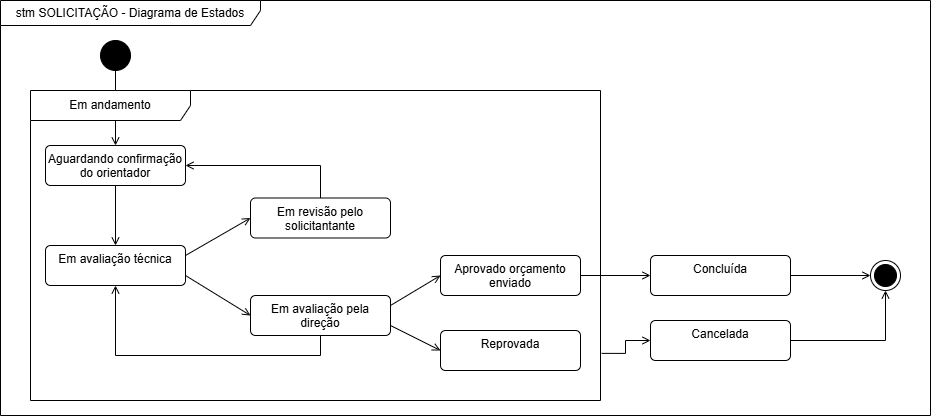
This is docs/diagrama de estados.drawio.png from CEPAG-UFPR/LAMIR-SisLAMIR-doc, a draw.io export, as it was before one commit. Source tidied: cells renumbered, new cells last; positions are measured from the earlier drawing's top-left corner, leaving out a move shared by most shapes. The source it was exported from:
```xml
<mxGraphModel>
  <root>
    <mxCell id="0" />
    <mxCell id="1" parent="0" />
    <mxCell id="2" value="stm SOLICITAÇÃO - Diagrama de Estados" style="shape=umlFrame;whiteSpace=wrap;html=1;width=260;height=25;" parent="1" vertex="1">
      <mxGeometry width="930" height="415" as="geometry" />
    </mxCell>
    <mxCell id="3" style="edgeStyle=orthogonalEdgeStyle;rounded=0;jettySize=auto;html=1;exitX=0.5;exitY=1;exitDx=0;exitDy=0;entryX=0.5;entryY=0;entryDx=0;entryDy=0;endArrow=open;endFill=0;" parent="2" edge="1" source="4" target="6">
      <mxGeometry relative="1" as="geometry" />
    </mxCell>
    <mxCell id="4" style="ellipse;fillColor=strokeColor;html=1;" parent="2" vertex="1">
      <mxGeometry x="100" y="40" width="30" height="30" as="geometry" />
    </mxCell>
    <mxCell id="5" style="edgeStyle=orthogonalEdgeStyle;rounded=0;jettySize=auto;html=1;exitX=0.5;exitY=1;exitDx=0;exitDy=0;entryX=0.5;entryY=0;entryDx=0;entryDy=0;endArrow=open;endFill=0;" parent="2" edge="1" source="6" target="9">
      <mxGeometry relative="1" as="geometry" />
    </mxCell>
    <mxCell id="6" value="Aguardando confirmação do orientador" style="html=1;align=center;verticalAlign=top;rounded=1;absoluteArcSize=1;arcSize=10;dashed=0;whiteSpace=wrap;" parent="2" vertex="1">
      <mxGeometry x="45" y="145" width="140" height="40" as="geometry" />
    </mxCell>
    <mxCell id="7" style="rounded=0;jettySize=auto;html=1;exitX=1;exitY=0.25;exitDx=0;exitDy=0;entryX=0;entryY=0.5;entryDx=0;entryDy=0;endArrow=open;endFill=0;" parent="2" edge="1" source="9" target="15">
      <mxGeometry relative="1" as="geometry" />
    </mxCell>
    <mxCell id="8" style="rounded=0;jettySize=auto;html=1;exitX=1;exitY=0.75;exitDx=0;exitDy=0;entryX=0;entryY=0.5;entryDx=0;entryDy=0;endArrow=open;endFill=0;" parent="2" edge="1" source="9" target="13">
      <mxGeometry relative="1" as="geometry" />
    </mxCell>
    <mxCell id="9" value="Em avaliação técnica" style="html=1;align=center;verticalAlign=top;rounded=1;absoluteArcSize=1;arcSize=10;dashed=0;whiteSpace=wrap;" parent="2" vertex="1">
      <mxGeometry x="45" y="245" width="140" height="40" as="geometry" />
    </mxCell>
    <mxCell id="10" style="rounded=0;jettySize=auto;html=1;exitX=1;exitY=0.25;exitDx=0;exitDy=0;entryX=0;entryY=0.5;entryDx=0;entryDy=0;endArrow=open;endFill=0;" parent="2" edge="1" source="13" target="17">
      <mxGeometry relative="1" as="geometry" />
    </mxCell>
    <mxCell id="11" style="rounded=0;jettySize=auto;html=1;exitX=1;exitY=0.75;exitDx=0;exitDy=0;entryX=0;entryY=0.5;entryDx=0;entryDy=0;endArrow=open;endFill=0;" parent="2" edge="1" source="13" target="18">
      <mxGeometry relative="1" as="geometry" />
    </mxCell>
    <mxCell id="12" style="edgeStyle=orthogonalEdgeStyle;rounded=0;jettySize=auto;html=1;exitX=0.5;exitY=1;exitDx=0;exitDy=0;entryX=0.5;entryY=1;entryDx=0;entryDy=0;endArrow=open;endFill=0;" parent="2" edge="1" source="13" target="9">
      <mxGeometry relative="1" as="geometry" />
    </mxCell>
    <mxCell id="13" value="Em avaliação pela direção" style="html=1;align=center;verticalAlign=top;rounded=1;absoluteArcSize=1;arcSize=10;dashed=0;whiteSpace=wrap;" parent="2" vertex="1">
      <mxGeometry x="250" y="295" width="140" height="40" as="geometry" />
    </mxCell>
    <mxCell id="14" style="edgeStyle=orthogonalEdgeStyle;rounded=0;jettySize=auto;html=1;exitX=0.5;exitY=0;exitDx=0;exitDy=0;entryX=1;entryY=0.5;entryDx=0;entryDy=0;endArrow=open;endFill=0;" parent="2" edge="1" source="15" target="6">
      <mxGeometry relative="1" as="geometry" />
    </mxCell>
    <mxCell id="15" value="Em revisão pelo solicitantante" style="html=1;align=center;verticalAlign=top;rounded=1;absoluteArcSize=1;arcSize=10;dashed=0;whiteSpace=wrap;" parent="2" vertex="1">
      <mxGeometry x="250" y="197.5" width="140" height="40" as="geometry" />
    </mxCell>
    <mxCell id="16" style="edgeStyle=orthogonalEdgeStyle;rounded=0;jettySize=auto;html=1;exitX=1;exitY=0.5;exitDx=0;exitDy=0;entryX=0;entryY=0.5;entryDx=0;entryDy=0;endArrow=open;endFill=0;" parent="2" edge="1" source="17" target="20">
      <mxGeometry relative="1" as="geometry" />
    </mxCell>
    <mxCell id="17" value="Aprovado orçamento enviado" style="html=1;align=center;verticalAlign=top;rounded=1;absoluteArcSize=1;arcSize=10;dashed=0;whiteSpace=wrap;" parent="2" vertex="1">
      <mxGeometry x="440" y="255" width="140" height="40" as="geometry" />
    </mxCell>
    <mxCell id="18" value="Reprovada" style="html=1;align=center;verticalAlign=top;rounded=1;absoluteArcSize=1;arcSize=10;dashed=0;whiteSpace=wrap;" parent="2" vertex="1">
      <mxGeometry x="440" y="330" width="140" height="40" as="geometry" />
    </mxCell>
    <mxCell id="19" style="edgeStyle=orthogonalEdgeStyle;rounded=0;jettySize=auto;html=1;exitX=1;exitY=0.5;exitDx=0;exitDy=0;entryX=0;entryY=0.5;entryDx=0;entryDy=0;endArrow=open;endFill=0;" parent="2" edge="1" source="20" target="21">
      <mxGeometry relative="1" as="geometry" />
    </mxCell>
    <mxCell id="20" value="Concluída" style="html=1;align=center;verticalAlign=top;rounded=1;absoluteArcSize=1;arcSize=10;dashed=0;whiteSpace=wrap;" parent="2" vertex="1">
      <mxGeometry x="650" y="255" width="140" height="40" as="geometry" />
    </mxCell>
    <mxCell id="21" style="ellipse;html=1;shape=endState;fillColor=strokeColor;" parent="2" vertex="1">
      <mxGeometry x="870" y="260" width="30" height="30" as="geometry" />
    </mxCell>
    <mxCell id="22" value="Em andamento" style="shape=umlFrame;whiteSpace=wrap;html=1;width=160;" parent="2" vertex="1">
      <mxGeometry x="30" y="90" width="570" height="310" as="geometry" />
    </mxCell>
    <mxCell id="23" style="edgeStyle=orthogonalEdgeStyle;rounded=0;jettySize=auto;html=1;exitX=1;exitY=0.5;exitDx=0;exitDy=0;entryX=0.5;entryY=1;entryDx=0;entryDy=0;endArrow=open;endFill=0;" parent="2" edge="1" source="24" target="21">
      <mxGeometry relative="1" as="geometry">
        <Array as="points">
          <mxPoint x="770" y="340" />
          <mxPoint x="865" y="340" />
        </Array>
      </mxGeometry>
    </mxCell>
    <mxCell id="24" value="Cancelada" style="html=1;align=center;verticalAlign=top;rounded=1;absoluteArcSize=1;arcSize=10;dashed=0;whiteSpace=wrap;" parent="2" vertex="1">
      <mxGeometry x="650" y="320" width="140" height="40" as="geometry" />
    </mxCell>
    <mxCell id="25" style="edgeStyle=orthogonalEdgeStyle;rounded=0;jettySize=auto;html=1;exitX=1.002;exitY=0.848;exitDx=0;exitDy=0;entryX=0;entryY=0.5;entryDx=0;entryDy=0;endArrow=open;endFill=0;exitPerimeter=0;" parent="2" edge="1" source="22" target="24">
      <mxGeometry relative="1" as="geometry" />
    </mxCell>
  </root>
</mxGraphModel>
```
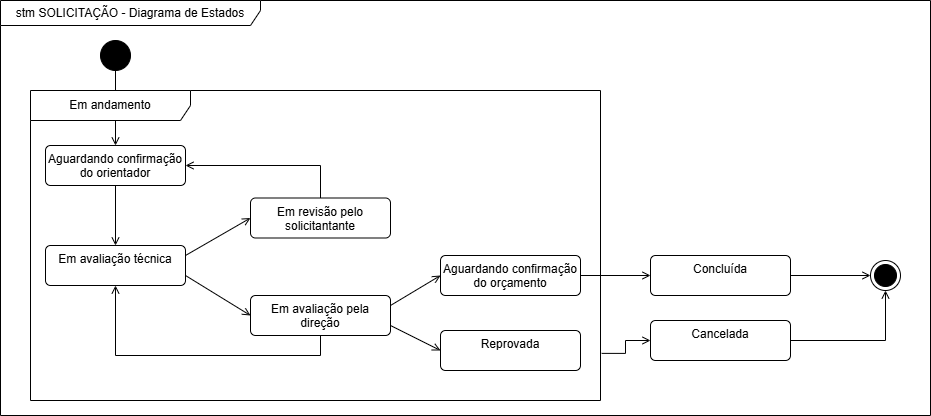
Above is the later version.

Commit message:
feat: update state diagram to clarify budget confirmation

Changed the label from 'Aprovado orçamento enviado' to 'Aguardando confirmação do orçamento' in the state diagram. Updated associated PDF and PNG exports to reflect this change for improved clarity in the process flow.

The edit, as a diff of the source:
```diff
@@ -26,9 +26,9 @@
     <mxCell id="9" value="Em avaliação técnica" style="html=1;align=center;verticalAlign=top;rounded=1;absoluteArcSize=1;arcSize=10;dashed=0;whiteSpace=wrap;" parent="2" vertex="1">
       <mxGeometry x="45" y="245" width="140" height="40" as="geometry" />
     </mxCell>
-    <mxCell id="10" style="rounded=0;jettySize=auto;html=1;exitX=1;exitY=0.25;exitDx=0;exitDy=0;entryX=0;entryY=0.5;entryDx=0;entryDy=0;endArrow=open;endFill=0;" parent="2" edge="1" source="13" target="17">
-      <mxGeometry relative="1" as="geometry" />
-    </mxCell>
+    <mxCell id="26" style="rounded=0;jettySize=auto;html=1;exitX=1;exitY=0.25;exitDx=0;exitDy=0;entryX=0;entryY=0.5;entryDx=0;entryDy=0;endArrow=open;endFill=0;" parent="2" edge="1" source="13" target="28">
+      <mxGeometry relative="1" as="geometry" />
+    </mxCell>
     <mxCell id="11" style="rounded=0;jettySize=auto;html=1;exitX=1;exitY=0.75;exitDx=0;exitDy=0;entryX=0;entryY=0.5;entryDx=0;entryDy=0;endArrow=open;endFill=0;" parent="2" edge="1" source="13" target="18">
       <mxGeometry relative="1" as="geometry" />
     </mxCell>
@@ -44,12 +44,12 @@
     <mxCell id="15" value="Em revisão pelo solicitantante" style="html=1;align=center;verticalAlign=top;rounded=1;absoluteArcSize=1;arcSize=10;dashed=0;whiteSpace=wrap;" parent="2" vertex="1">
       <mxGeometry x="250" y="197.5" width="140" height="40" as="geometry" />
     </mxCell>
-    <mxCell id="16" style="edgeStyle=orthogonalEdgeStyle;rounded=0;jettySize=auto;html=1;exitX=1;exitY=0.5;exitDx=0;exitDy=0;entryX=0;entryY=0.5;entryDx=0;entryDy=0;endArrow=open;endFill=0;" parent="2" edge="1" source="17" target="20">
-      <mxGeometry relative="1" as="geometry" />
-    </mxCell>
-    <mxCell id="17" value="Aprovado orçamento enviado" style="html=1;align=center;verticalAlign=top;rounded=1;absoluteArcSize=1;arcSize=10;dashed=0;whiteSpace=wrap;" parent="2" vertex="1">
-      <mxGeometry x="440" y="255" width="140" height="40" as="geometry" />
-    </mxCell>
+    <mxCell id="27" style="edgeStyle=orthogonalEdgeStyle;rounded=0;jettySize=auto;html=1;exitX=1;exitY=0.5;exitDx=0;exitDy=0;entryX=0;entryY=0.5;entryDx=0;entryDy=0;endArrow=open;endFill=0;" parent="2" edge="1" source="28" target="20">
+      <mxGeometry relative="1" as="geometry" />
+    </mxCell>
+    <mxCell id="28" value="Aguardando confirmação do orçamento" style="html=1;align=center;verticalAlign=top;rounded=1;absoluteArcSize=1;arcSize=10;dashed=0;whiteSpace=wrap;" parent="2" vertex="1">
+      <mxGeometry x="440" y="255" width="140" height="40" as="geometry" />
+    </mxCell>
     <mxCell id="18" value="Reprovada" style="html=1;align=center;verticalAlign=top;rounded=1;absoluteArcSize=1;arcSize=10;dashed=0;whiteSpace=wrap;" parent="2" vertex="1">
       <mxGeometry x="440" y="330" width="140" height="40" as="geometry" />
     </mxCell>
```
